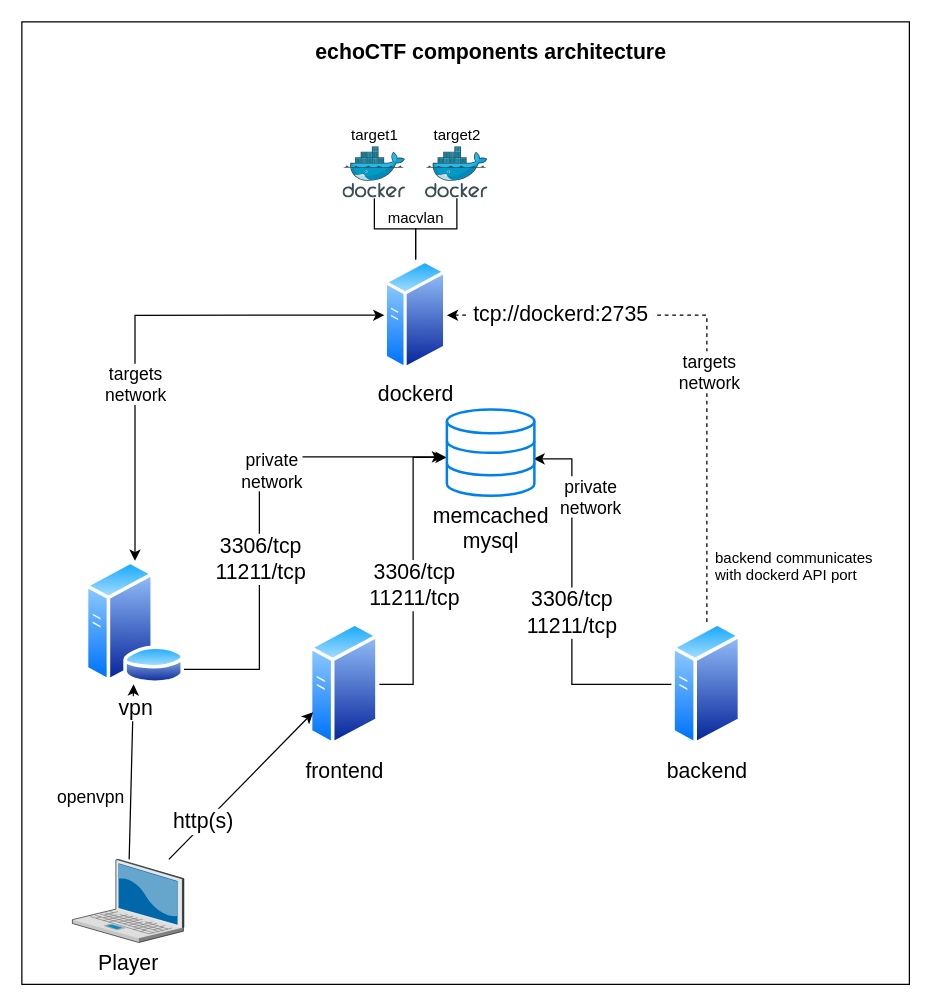
Earlier version of the draw.io diagram page "architecture diagram" (6 of 9) of docs/assets/various documentation related diagrams.drawio (echoCTF/echoCTF.RED). Source tidied: cells renumbered, new cells numbered last; positions are measured from the earlier drawing's top-left corner, leaving out a move shared by most shapes. Both pictures are drawn from the tidied source at 125%, with x=0, y=0 at pixel (21, 21).
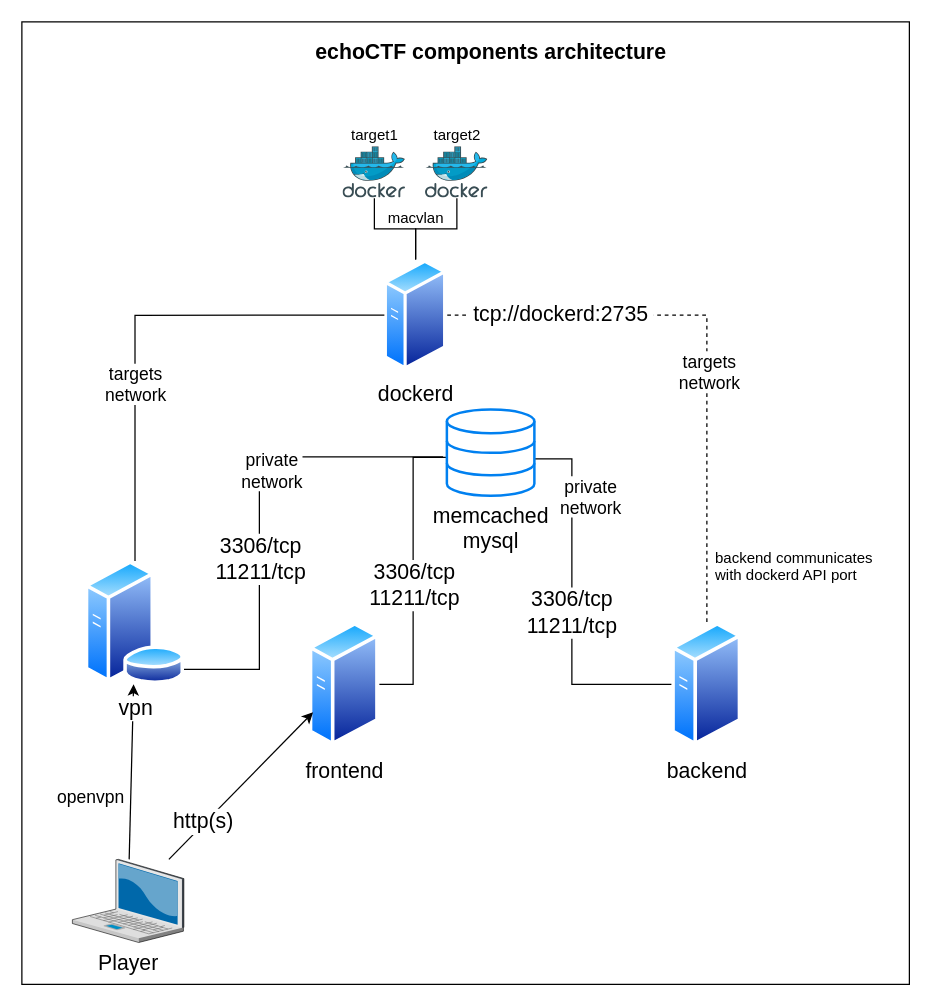
Above is the later version.

Unchanged cells that the change refers to:
```xml
<mxCell id="6" value="dockerd" style="perimeter=ellipsePerimeter;html=1;align=center;shadow=0;dashed=0;spacingTop=3;image;image=img/lib/active_directory/generic_server.svg;fontSize=17;" parent="1" vertex="1">
  <mxGeometry x="290" y="190" width="50" height="89.3" as="geometry" />
</mxCell>
<mxCell id="9" value="frontend" style="perimeter=ellipsePerimeter;html=1;align=center;shadow=0;dashed=0;spacingTop=3;image;image=img/lib/active_directory/generic_server.svg;fontSize=17;" parent="1" vertex="1">
  <mxGeometry x="230" y="480" width="56" height="100" as="geometry" />
</mxCell>
<mxCell id="14" value="backend" style="perimeter=ellipsePerimeter;html=1;align=center;shadow=0;dashed=0;spacingTop=3;image;image=img/lib/active_directory/generic_server.svg;fontSize=17;" parent="1" vertex="1">
  <mxGeometry x="520" y="480" width="56" height="100" as="geometry" />
</mxCell>
<mxCell id="15" value="memcached&lt;br&gt;mysql" style="html=1;verticalLabelPosition=bottom;align=center;labelBackgroundColor=#ffffff;verticalAlign=top;strokeWidth=2;strokeColor=#0080F0;shadow=0;dashed=0;shape=mxgraph.ios7.icons.data;fontSize=17;" parent="1" vertex="1">
  <mxGeometry x="340" y="310" width="70" height="69.1" as="geometry" />
</mxCell>
<mxCell id="19" value="vpn" style="perimeter=ellipsePerimeter;html=1;align=center;shadow=0;dashed=0;spacingTop=3;image;image=img/lib/active_directory/database_server.svg;fontSize=17;" parent="1" vertex="1">
  <mxGeometry x="50" y="431.2" width="81" height="98.8" as="geometry" />
</mxCell>
```

Change to the diagram source:
```diff
@@
-    <mxCell id="4" style="edgeStyle=orthogonalEdgeStyle;rounded=0;orthogonalLoop=1;jettySize=auto;html=1;entryX=-0.043;entryY=0.579;entryDx=0;entryDy=0;entryPerimeter=0;startArrow=none;startFill=0;fontSize=17;" parent="1" edge="1">
+    <mxCell id="4" style="edgeStyle=orthogonalEdgeStyle;rounded=0;orthogonalLoop=1;jettySize=auto;html=1;entryX=-0.043;entryY=0.579;entryDx=0;entryDy=0;entryPerimeter=0;startArrow=none;startFill=0;fontSize=17;endArrow=none;endFill=0;" parent="1" edge="1">
       <mxGeometry relative="1" as="geometry">
         <mxPoint x="114.9" y="518" as="sourcePoint" />
         <mxPoint x="337" y="348" as="targetPoint" />
         <Array as="points">
           <mxPoint x="190" y="518" />
           <mxPoint x="190" y="348" />
         </Array>
       </mxGeometry>
     </mxCell>
@@
-    <mxCell id="7" style="edgeStyle=orthogonalEdgeStyle;rounded=0;jettySize=auto;html=1;entryX=-0.002;entryY=0.556;entryDx=0;entryDy=0;entryPerimeter=0;startArrow=none;startFill=0;fontSize=17;" parent="1" edge="1" source="9" target="15">
+    <mxCell id="7" style="edgeStyle=orthogonalEdgeStyle;rounded=0;jettySize=auto;html=1;entryX=-0.002;entryY=0.556;entryDx=0;entryDy=0;entryPerimeter=0;startArrow=none;startFill=0;fontSize=17;endArrow=none;endFill=0;" parent="1" edge="1" source="9" target="15">
       <mxGeometry relative="1" as="geometry" />
     </mxCell>
@@
-    <mxCell id="10" style="edgeStyle=orthogonalEdgeStyle;rounded=0;jettySize=auto;html=1;entryX=0.99;entryY=0.573;entryDx=0;entryDy=0;entryPerimeter=0;startArrow=none;startFill=0;fontSize=17;" parent="1" edge="1" source="14" target="15">
+    <mxCell id="10" style="edgeStyle=orthogonalEdgeStyle;rounded=0;jettySize=auto;html=1;entryX=0.99;entryY=0.573;entryDx=0;entryDy=0;entryPerimeter=0;startArrow=none;startFill=0;fontSize=17;endArrow=none;endFill=0;" parent="1" edge="1" source="14" target="15">
       <mxGeometry relative="1" as="geometry">
         <Array as="points">
           <mxPoint x="440" y="530" />
           <mxPoint x="440" y="350" />
         </Array>
       </mxGeometry>
     </mxCell>
@@
-    <mxCell id="12" style="edgeStyle=orthogonalEdgeStyle;rounded=0;jettySize=auto;html=1;startArrow=none;startFill=0;fontSize=17;entryX=1;entryY=0.5;entryDx=0;entryDy=0;dashed=1;" parent="1" edge="1" source="14" target="6">
+    <mxCell id="12" style="edgeStyle=orthogonalEdgeStyle;rounded=0;jettySize=auto;html=1;startArrow=none;startFill=0;fontSize=17;entryX=1;entryY=0.5;entryDx=0;entryDy=0;dashed=1;endArrow=none;endFill=0;" parent="1" edge="1" source="14" target="6">
       <mxGeometry relative="1" as="geometry">
         <Array as="points">
           <mxPoint x="548" y="235" />
         </Array>
       </mxGeometry>
     </mxCell>
@@
-    <mxCell id="16" style="edgeStyle=orthogonalEdgeStyle;rounded=0;jettySize=auto;html=1;entryX=0;entryY=0.5;entryDx=0;entryDy=0;startArrow=classic;startFill=1;fontSize=17;" parent="1" edge="1" source="19" target="6">
+    <mxCell id="16" style="edgeStyle=orthogonalEdgeStyle;rounded=0;jettySize=auto;html=1;entryX=0;entryY=0.5;entryDx=0;entryDy=0;startArrow=none;startFill=0;fontSize=17;endArrow=none;endFill=0;" parent="1" edge="1" source="19" target="6">
       <mxGeometry relative="1" as="geometry">
         <Array as="points">
           <mxPoint x="91" y="235" />
         </Array>
       </mxGeometry>
     </mxCell>
```
